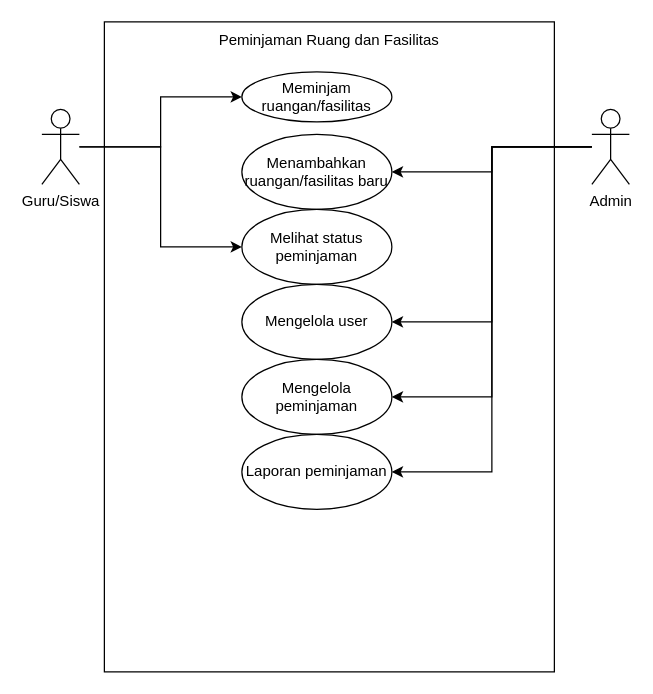
Above: Use Case.drawio in ieatcheese99/Framework (draw.io), before the change. Source tidied: cells renumbered, new cells numbered last; positions are measured from the earlier drawing's top-left corner, leaving out a move shared by most shapes. Both pictures are drawn from the tidied source at 125%, with x=0, y=0 at pixel (41, 21).
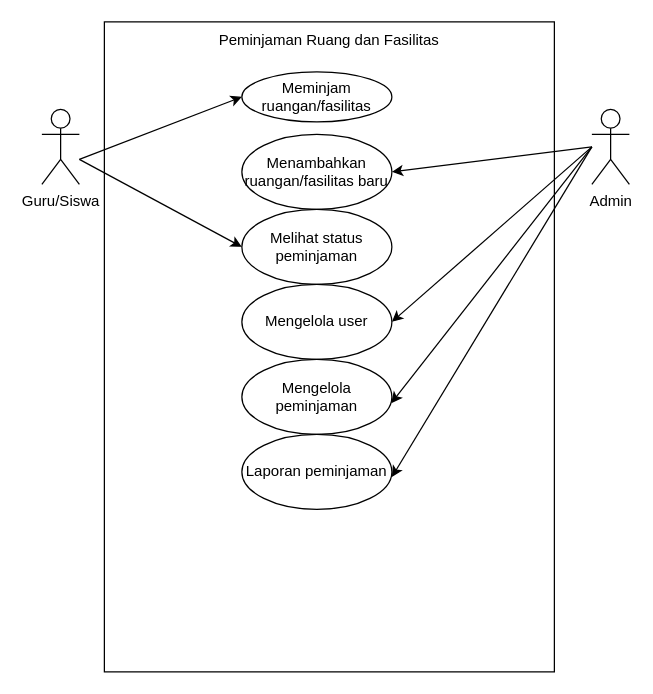
The same page after the edit.

Unchanged cells that the change refers to:
```xml
<mxCell id="5" value="Guru/Siswa" style="shape=umlActor;verticalLabelPosition=bottom;verticalAlign=top;html=1;outlineConnect=0;" parent="1" vertex="1">
  <mxGeometry y="70" width="30" height="60" as="geometry" />
</mxCell>
<mxCell id="11" value="Admin" style="shape=umlActor;verticalLabelPosition=bottom;verticalAlign=top;html=1;outlineConnect=0;" parent="1" vertex="1">
  <mxGeometry x="440" y="70" width="30" height="60" as="geometry" />
</mxCell>
<mxCell id="12" value="Meminjam ruangan/fasilitas" style="ellipse;whiteSpace=wrap;html=1;" parent="1" vertex="1">
  <mxGeometry x="160" y="40" width="120" height="40" as="geometry" />
</mxCell>
<mxCell id="13" value="Menambahkan&lt;div&gt;ruangan/fasilitas baru&lt;/div&gt;" style="ellipse;whiteSpace=wrap;html=1;" parent="1" vertex="1">
  <mxGeometry x="160" y="90" width="120" height="60" as="geometry" />
</mxCell>
<mxCell id="14" value="Melihat status peminjaman" style="ellipse;whiteSpace=wrap;html=1;" parent="1" vertex="1">
  <mxGeometry x="160" y="150" width="120" height="60" as="geometry" />
</mxCell>
<mxCell id="15" value="Mengelola user" style="ellipse;whiteSpace=wrap;html=1;" parent="1" vertex="1">
  <mxGeometry x="160" y="210" width="120" height="60" as="geometry" />
</mxCell>
<mxCell id="16" value="Mengelola peminjaman" style="ellipse;whiteSpace=wrap;html=1;" parent="1" vertex="1">
  <mxGeometry x="160" y="270" width="120" height="60" as="geometry" />
</mxCell>
<mxCell id="17" value="Laporan peminjaman" style="ellipse;whiteSpace=wrap;html=1;" parent="1" vertex="1">
  <mxGeometry x="160" y="330" width="120" height="60" as="geometry" />
</mxCell>
```

The edit, as a diff of the source:
```diff
@@
-    <mxCell id="3" style="edgeStyle=orthogonalEdgeStyle;rounded=0;jettySize=auto;html=1;entryX=0;entryY=0.5;entryDx=0;entryDy=0;" parent="1" edge="1" source="5" target="12">
-      <mxGeometry relative="1" as="geometry" />
-    </mxCell>
-    <mxCell id="4" style="edgeStyle=orthogonalEdgeStyle;rounded=0;jettySize=auto;html=1;entryX=0;entryY=0.5;entryDx=0;entryDy=0;" parent="1" edge="1" source="5" target="14">
-      <mxGeometry relative="1" as="geometry" />
-    </mxCell>
@@
-    <mxCell id="7" style="edgeStyle=orthogonalEdgeStyle;rounded=0;jettySize=auto;html=1;entryX=1;entryY=0.5;entryDx=0;entryDy=0;" parent="1" edge="1" source="11" target="13">
-      <mxGeometry relative="1" as="geometry" />
-    </mxCell>
-    <mxCell id="8" style="edgeStyle=orthogonalEdgeStyle;rounded=0;jettySize=auto;html=1;entryX=1;entryY=0.5;entryDx=0;entryDy=0;" parent="1" edge="1" source="11" target="15">
-      <mxGeometry relative="1" as="geometry" />
-    </mxCell>
-    <mxCell id="9" style="edgeStyle=orthogonalEdgeStyle;rounded=0;jettySize=auto;html=1;entryX=1;entryY=0.5;entryDx=0;entryDy=0;" parent="1" edge="1" source="11" target="16">
-      <mxGeometry relative="1" as="geometry" />
-    </mxCell>
-    <mxCell id="10" style="edgeStyle=orthogonalEdgeStyle;rounded=0;jettySize=auto;html=1;entryX=1;entryY=0.5;entryDx=0;entryDy=0;" parent="1" edge="1" source="11" target="17">
-      <mxGeometry relative="1" as="geometry" />
-    </mxCell>
@@
+    <mxCell id="18" style="endArrow=classic;html=1;rounded=0;" parent="1" edge="1">
+      <mxGeometry relative="1" as="geometry">
+        <mxPoint x="30" y="110" as="sourcePoint" />
+        <mxPoint x="160" y="180" as="targetPoint" />
+      </mxGeometry>
+    </mxCell>
+    <mxCell id="19" style="endArrow=classic;html=1;rounded=0;" parent="1" edge="1">
+      <mxGeometry relative="1" as="geometry">
+        <mxPoint x="30" y="110" as="sourcePoint" />
+        <mxPoint x="160" y="60" as="targetPoint" />
+      </mxGeometry>
+    </mxCell>
+    <mxCell id="20" style="endArrow=classic;html=1;rounded=0;entryX=1;entryY=0.5;entryDx=0;entryDy=0;" parent="1" edge="1" target="13">
+      <mxGeometry relative="1" as="geometry">
+        <mxPoint x="440" y="100" as="sourcePoint" />
+      </mxGeometry>
+    </mxCell>
+    <mxCell id="21" style="endArrow=classic;html=1;rounded=0;entryX=1;entryY=0.569;entryDx=0;entryDy=0;entryPerimeter=0;" parent="1" edge="1" target="17">
+      <mxGeometry relative="1" as="geometry">
+        <mxPoint x="440" y="100" as="sourcePoint" />
+      </mxGeometry>
+    </mxCell>
+    <mxCell id="22" style="endArrow=classic;html=1;rounded=0;entryX=0.996;entryY=0.585;entryDx=0;entryDy=0;entryPerimeter=0;" parent="1" edge="1" target="16">
+      <mxGeometry relative="1" as="geometry">
+        <mxPoint x="440" y="100" as="sourcePoint" />
+      </mxGeometry>
+    </mxCell>
+    <mxCell id="23" style="endArrow=classic;html=1;rounded=0;entryX=1;entryY=0.5;entryDx=0;entryDy=0;" parent="1" edge="1" target="15">
+      <mxGeometry relative="1" as="geometry">
+        <mxPoint x="440" y="100" as="sourcePoint" />
+      </mxGeometry>
+    </mxCell>
```
